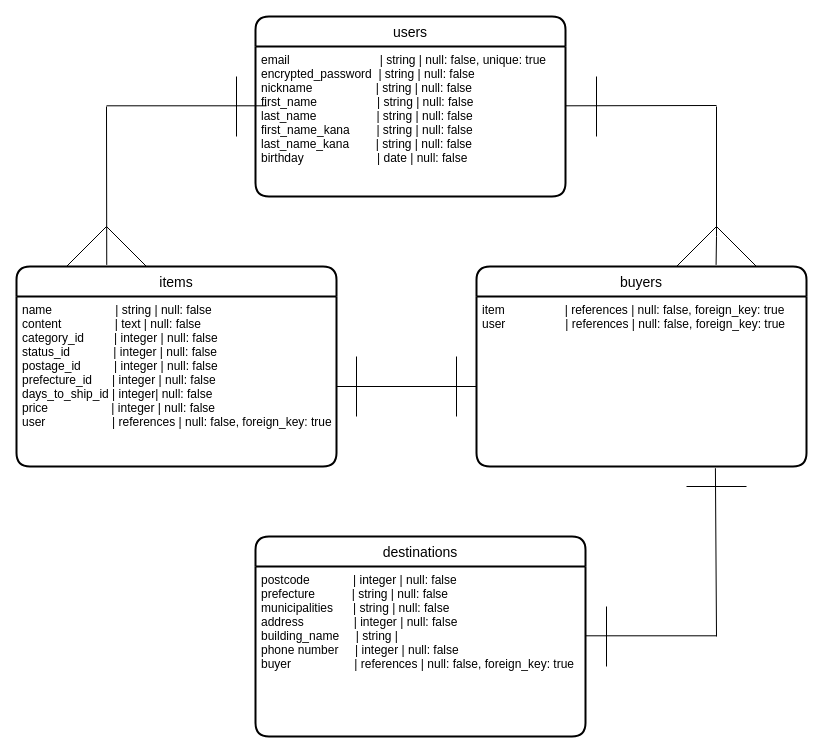
The draw.io diagram furima.dio in keima-d08/furima-37649, before the edit. Source tidied: cells renumbered, new cells numbered last; positions are measured from the earlier drawing's top-left corner, leaving out a move shared by most shapes. Both pictures are drawn from the tidied source at 100%, with x=0, y=0 at pixel (16, 16).
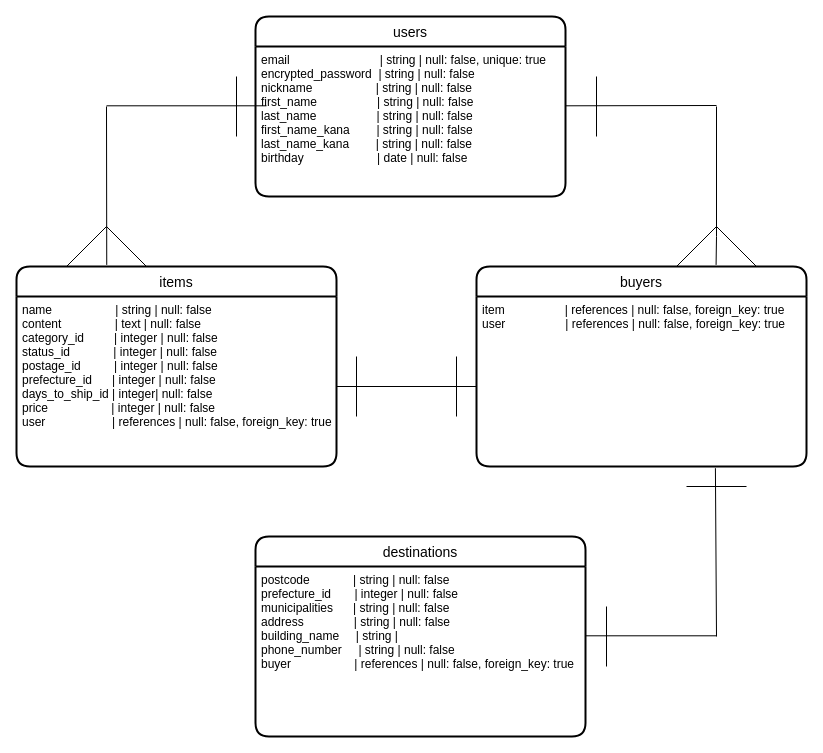
The same diagram, later.

Unchanged cells that the change refers to:
```xml
<mxCell id="18" value="destinations" style="swimlane;horizontal=1;startSize=30;rounded=1;fontSize=14;fontStyle=0;strokeWidth=2;shadow=0;dashed=0;align=center;" parent="1" vertex="1">
  <mxGeometry x="239" y="520" width="330" height="200" as="geometry" />
</mxCell>
```

The edit, as a diff of the source:
```diff
@@
-    <mxCell id="19" value="postcode             | integer           |  null: false &#10;prefecture           | string            |  null: false &#10;municipalities      | string            |  null: false &#10;address               | integer           |  null: false &#10;building_name     | string            | &#10;phone number     | integer           |  null: false &#10;buyer                   | references        |  null: false, foreign_key: true " style="align=left;strokeColor=none;fillColor=none;spacingLeft=4;fontSize=12;verticalAlign=top;" parent="18" vertex="1">
+    <mxCell id="19" value="postcode             | string |  null: false &#10;prefecture_id       | integer |  null: false &#10;municipalities      | string            |  null: false &#10;address               | string |  null: false &#10;building_name     | string            | &#10;phone_number     | string |  null: false &#10;buyer                   | references        |  null: false, foreign_key: true " style="align=left;strokeColor=none;fillColor=none;spacingLeft=4;fontSize=12;verticalAlign=top;" parent="18" vertex="1">
       <mxGeometry y="30" width="330" height="170" as="geometry" />
     </mxCell>
```
